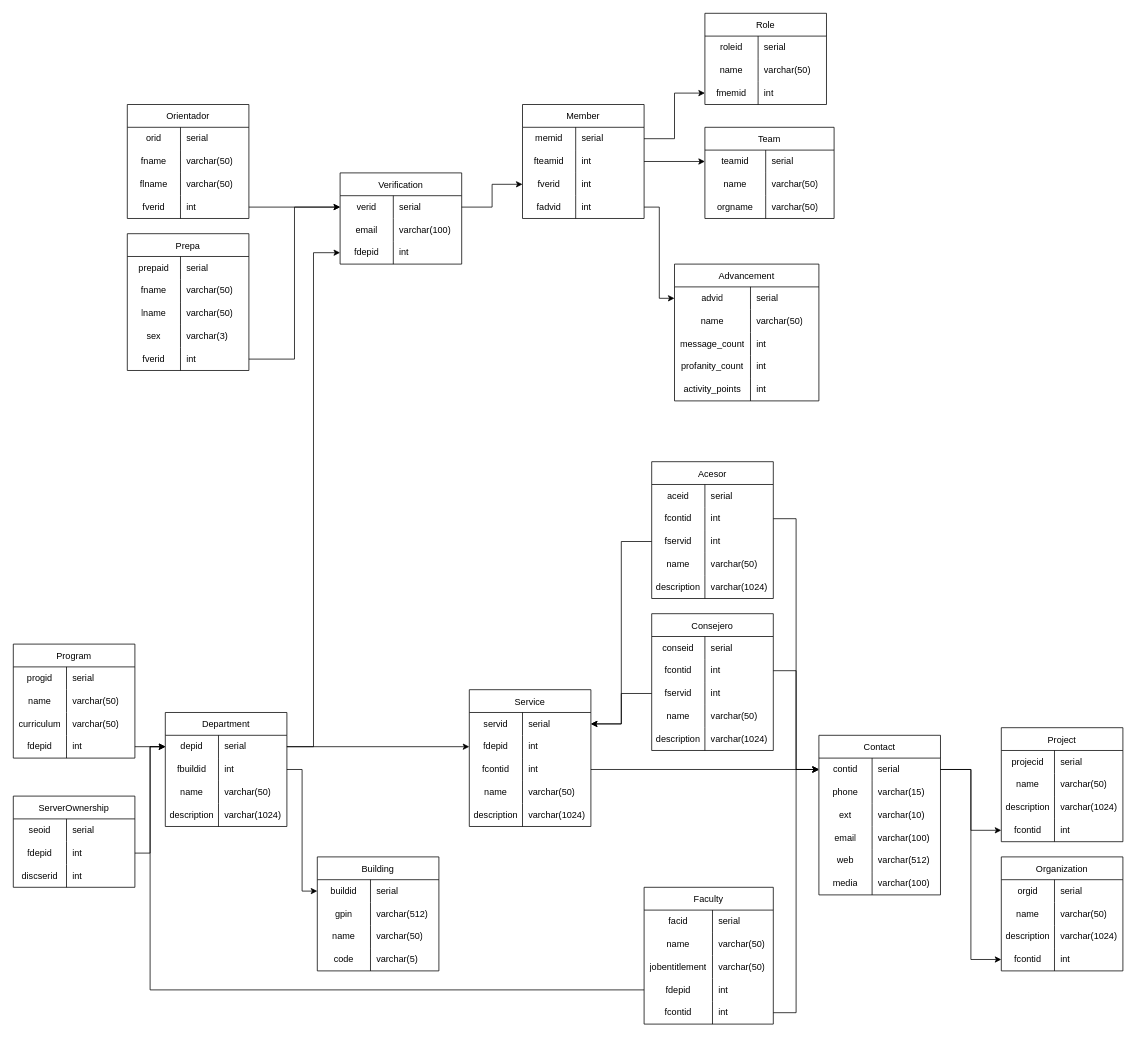
Earlier version of the draw.io diagram schema/Untitled Diagram.drawio (AlfredoSoto1/BotOrientador). Source tidied: cells renumbered, new cells numbered last; positions are measured from the earlier drawing's top-left corner, leaving out a move shared by most shapes. Both pictures are drawn from the tidied source at 76%, with x=0, y=0 at pixel (13, 13).
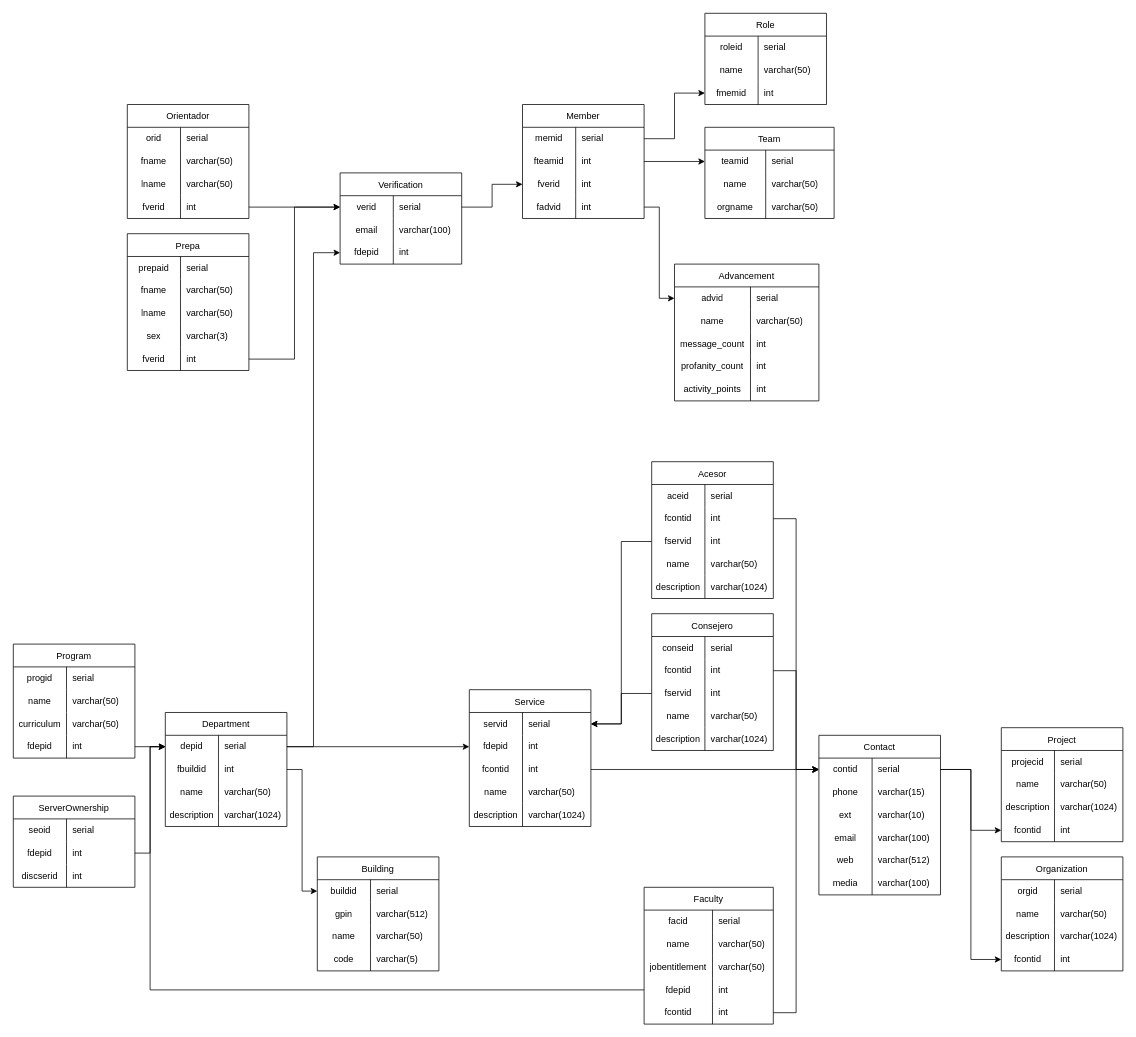
The same page after the edit.

The change refers to these unchanged cells:
```xml
<mxCell id="19" style="shape=tableRow;horizontal=0;startSize=0;swimlaneHead=0;swimlaneBody=0;top=0;left=0;bottom=0;right=0;fillColor=none;strokeColor=inherit;fontSize=12;" parent="12" vertex="1">
  <mxGeometry y="90" width="160" height="30" as="geometry" />
</mxCell>
```

What changed in the source:
```diff
@@
-    <mxCell id="20" value="flname" style="shape=partialRectangle;html=1;whiteSpace=wrap;fillColor=none;top=0;left=0;bottom=0;right=0;overflow=hidden;strokeColor=inherit;fontSize=12;" parent="19" vertex="1">
+    <mxCell id="20" value="lname" style="shape=partialRectangle;html=1;whiteSpace=wrap;fillColor=none;top=0;left=0;bottom=0;right=0;overflow=hidden;strokeColor=inherit;fontSize=12;" parent="19" vertex="1">
       <mxGeometry width="70" height="30" as="geometry" />
     </mxCell>
```
